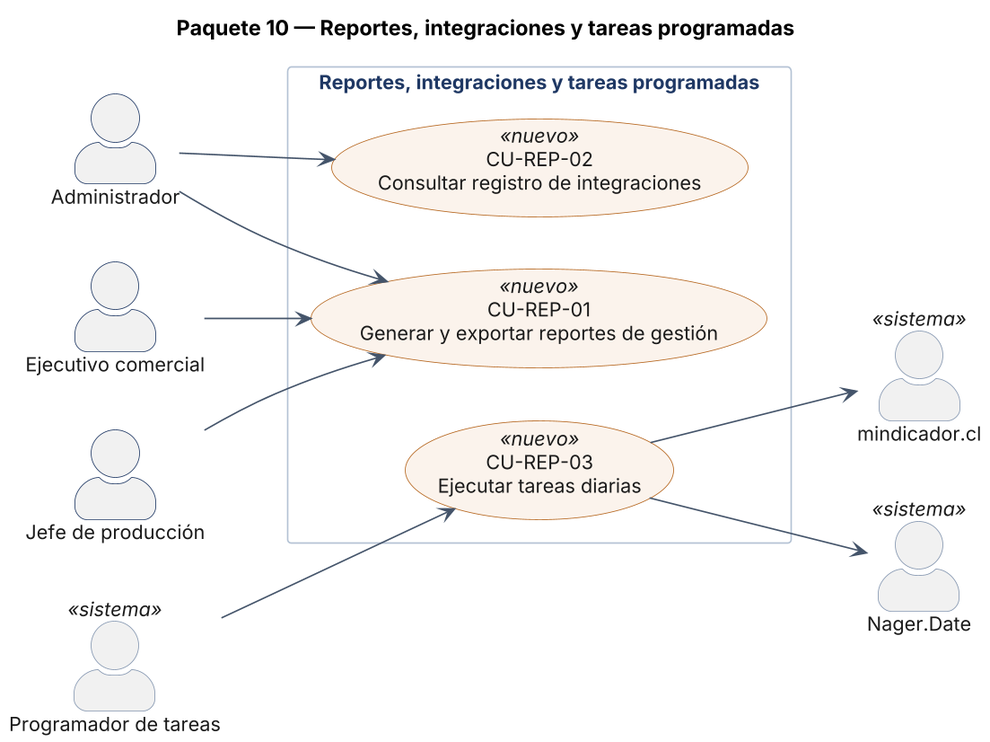
Before: Fase 2/Evidencias Proyecto/Evidencias de documentación/3. Análisis y diseño/SITRAFO_Diagramas_Casos_de_Uso/Diagramas de casos de uso/CU_P10_REP.png, a diagram exported from PlantUML (benjamindelgado-dev/SITRAFO).
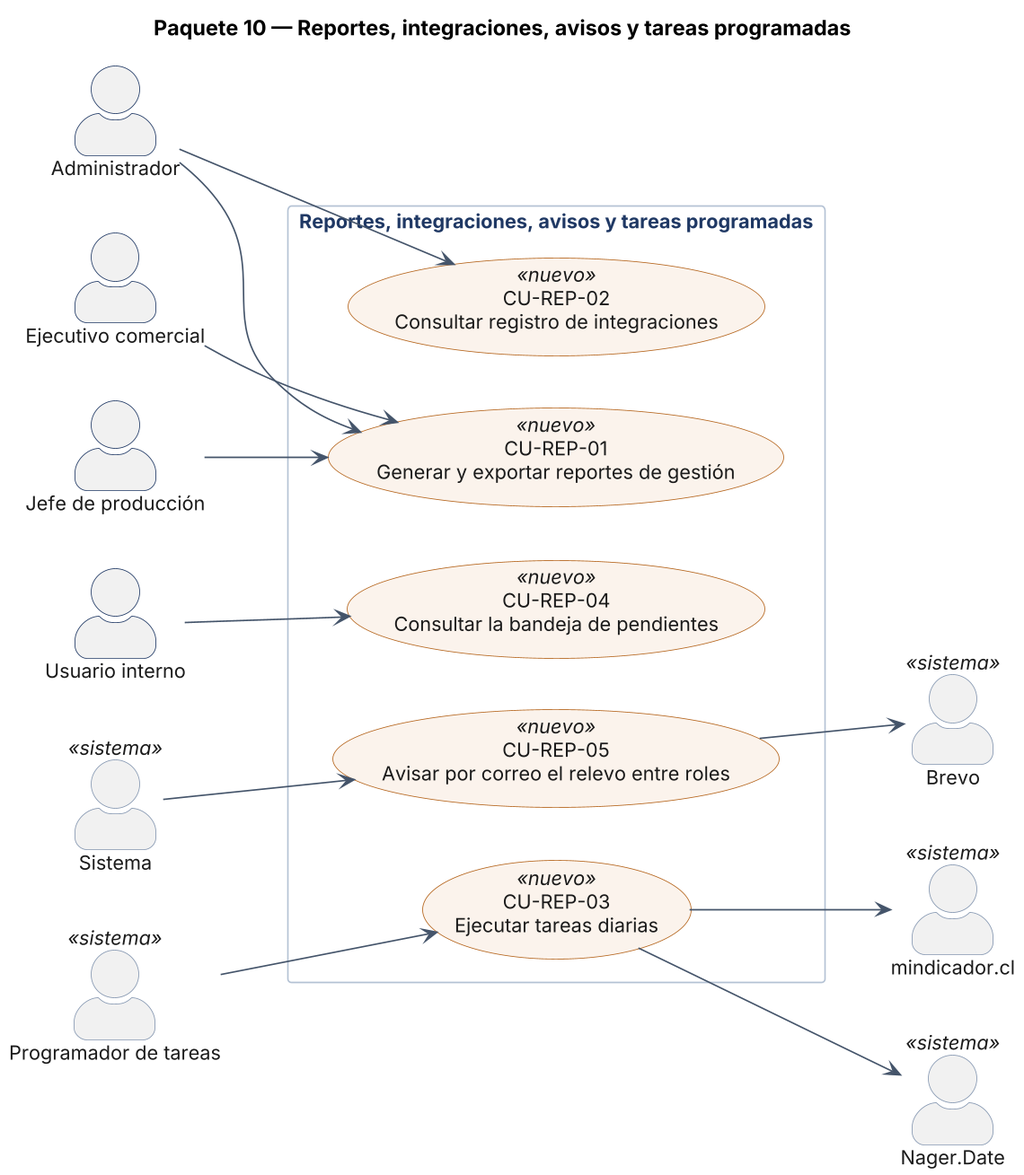
The same diagram one commit later.

Change to the diagram source:
```diff
@@ -1,16 +1,21 @@
 @startuml CU_P10_REP
-title Paquete 10 — Reportes, integraciones y tareas programadas
+title Paquete 10 — Reportes, integraciones, avisos y tareas programadas
 !include _skin_cu.txt
 actor "Administrador" as ADM
 actor "Ejecutivo comercial" as EJE
 actor "Jefe de producción" as JP
+actor "Usuario interno" as UI
+actor "Sistema" as SIS <<sistema>>
+actor "Brevo" as MAIL <<sistema>>
 actor "Programador de tareas" as CRON <<sistema>>
 actor "mindicador.cl" as UF <<sistema>>
 actor "Nager.Date" as FER <<sistema>>
-rectangle "Reportes, integraciones y tareas programadas" {
+rectangle "Reportes, integraciones, avisos y tareas programadas" {
   usecase "CU-REP-01\nGenerar y exportar reportes de gestión" as CU_REP_01 <<nuevo>>
   usecase "CU-REP-02\nConsultar registro de integraciones" as CU_REP_02 <<nuevo>>
   usecase "CU-REP-03\nEjecutar tareas diarias" as CU_REP_03 <<nuevo>>
+  usecase "CU-REP-04\nConsultar la bandeja de pendientes" as CU_REP_04 <<nuevo>>
+  usecase "CU-REP-05\nAvisar por correo el relevo entre roles" as CU_REP_05 <<nuevo>>
 }
 ADM --> CU_REP_01
 EJE --> CU_REP_01
@@ -19,4 +24,7 @@
 CRON --> CU_REP_03
 CU_REP_03 --> UF
 CU_REP_03 --> FER
+UI --> CU_REP_04
+SIS --> CU_REP_05
+CU_REP_05 --> MAIL
 @enduml
```
